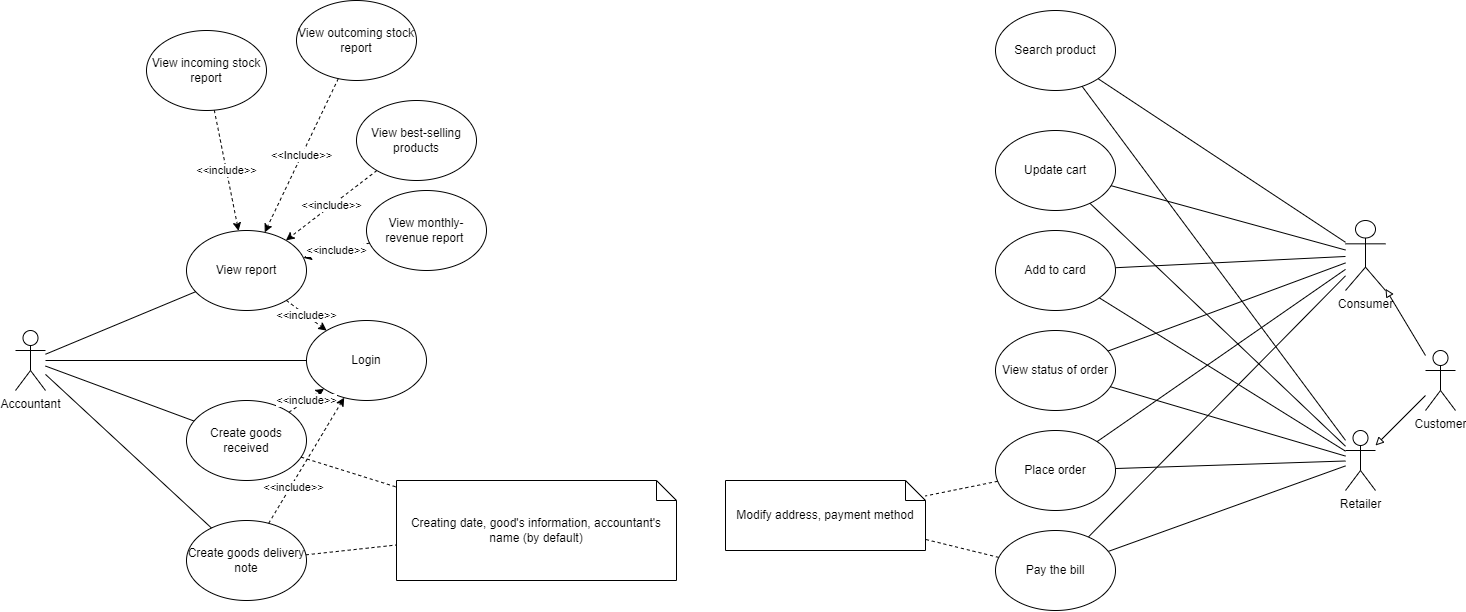
Before: Use case diagram.drawio.png, a diagram exported from draw.io (npptGithub/software-engineering-finalproject). Source tidied: cells renumbered, new cells last; positions are measured from the earlier drawing's top-left corner, leaving out a move shared by most shapes.
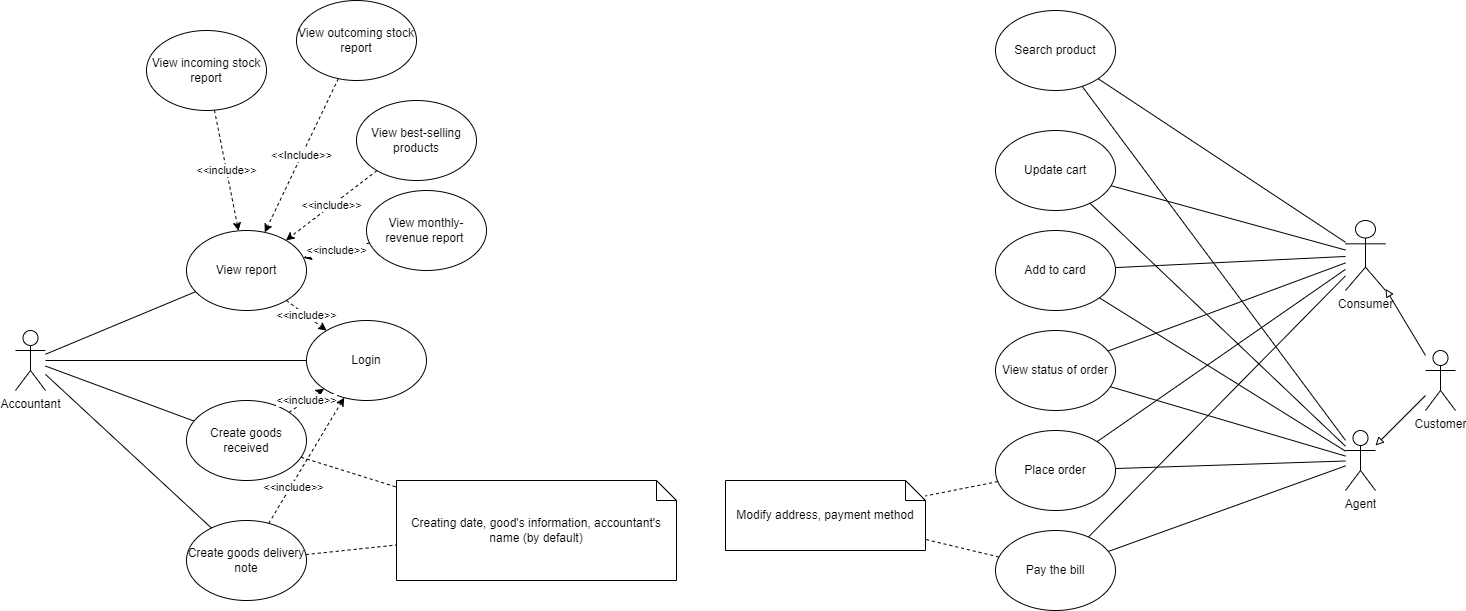
After the commit.

Commit message:
'rp_and_usecase_diagram'

The edit, as a diff of the source:
```diff
@@ -1,4 +1,4 @@
-<mxGraphModel>
+<mxGraphModel background="#FFFFFF">
   <root>
     <mxCell id="0" />
     <mxCell id="1" parent="0" />
@@ -64,7 +64,7 @@
         <mxPoint y="1" as="offset" />
       </mxGeometry>
     </mxCell>
-    <mxCell id="22" value="Retailer" style="shape=umlActor;verticalLabelPosition=bottom;verticalAlign=top;html=1;outlineConnect=0;" parent="1" vertex="1">
+    <mxCell id="22" value="Agent" style="shape=umlActor;verticalLabelPosition=bottom;verticalAlign=top;html=1;outlineConnect=0;" parent="1" vertex="1">
       <mxGeometry x="1330" y="430" width="30" height="60" as="geometry" />
     </mxCell>
     <mxCell id="23" value="Consumer" style="shape=umlActor;verticalLabelPosition=bottom;verticalAlign=top;html=1;outlineConnect=0;" parent="1" vertex="1">
```
